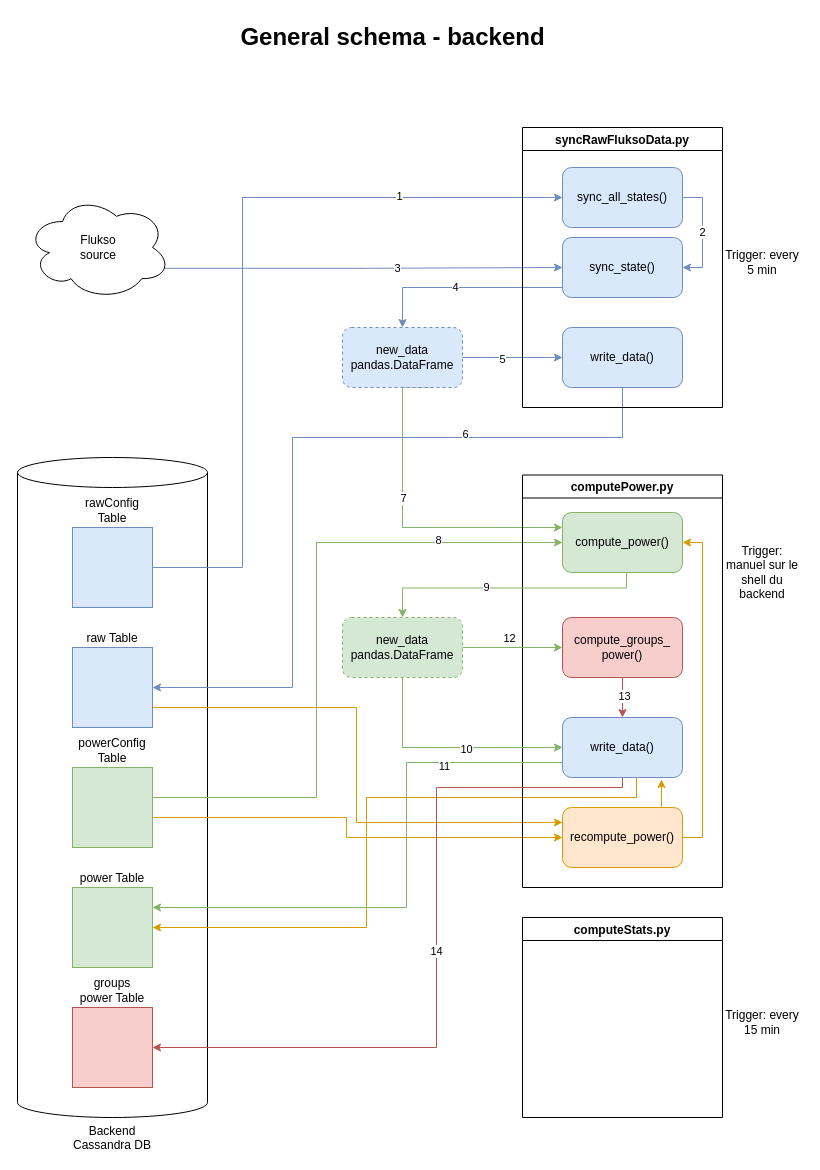
Before: page "general schema backend" (7 of 9) of documentation/documentation_diagrams.drawio in AlexandreHnf/Voisin-d-energie-ULB, a draw.io diagram. Source tidied: cells renumbered, new cells numbered last; positions are measured from the earlier drawing's top-left corner, leaving out a move shared by most shapes. Both pictures are drawn from the tidied source at 100%, with x=0, y=0 at pixel (17, 17).
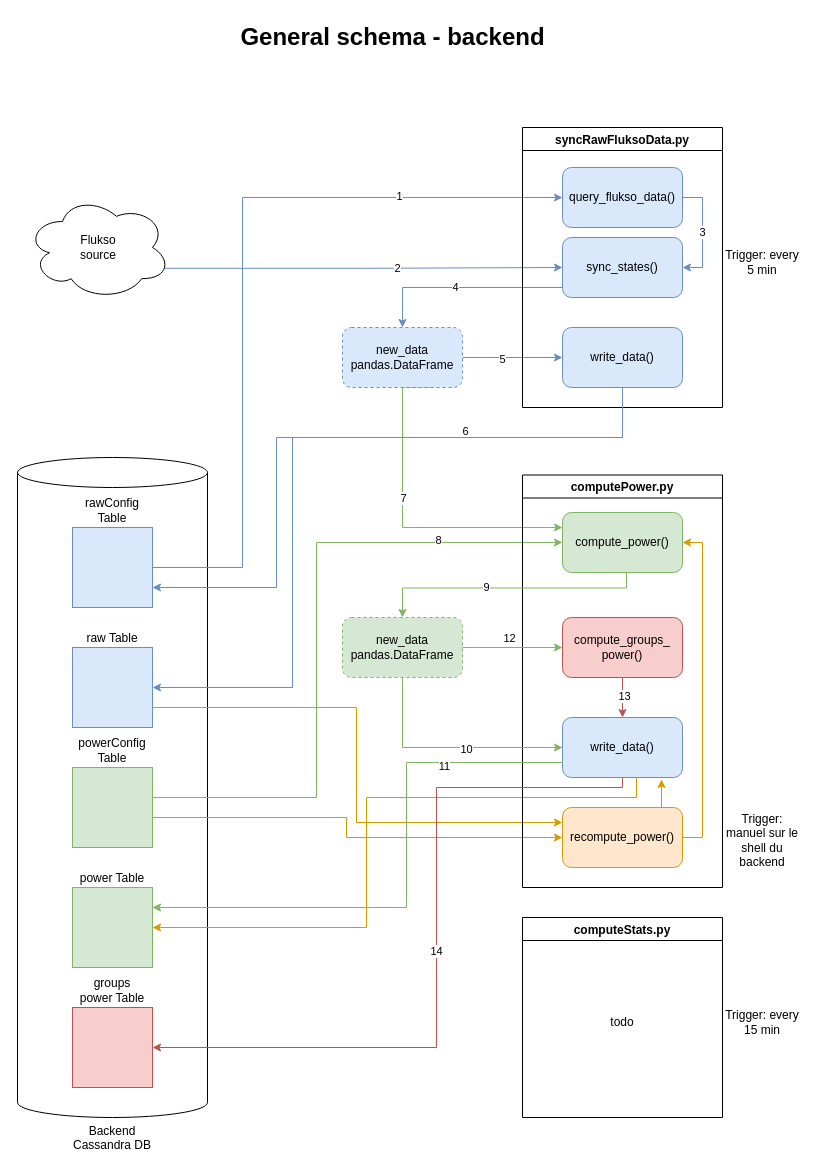
After the change.

The change refers to these unchanged cells:
```xml
<mxCell id="2" style="edgeStyle=orthogonalEdgeStyle;rounded=0;jettySize=auto;html=1;exitX=0.96;exitY=0.7;exitDx=0;exitDy=0;exitPerimeter=0;entryX=0;entryY=0.5;entryDx=0;entryDy=0;fillColor=#dae8fc;strokeColor=#6c8ebf;" parent="1" edge="1" source="32" target="12">
  <mxGeometry relative="1" as="geometry" />
</mxCell>
<mxCell id="24" value="&lt;div&gt;rawConfig Table&lt;/div&gt;" style="whiteSpace=wrap;html=1;labelPosition=center;verticalLabelPosition=top;align=center;verticalAlign=bottom;fillColor=#dae8fc;strokeColor=#6c8ebf;" parent="1" vertex="1">
  <mxGeometry x="55" y="510" width="80" height="80" as="geometry" />
</mxCell>
<mxCell id="26" style="edgeStyle=orthogonalEdgeStyle;rounded=0;jettySize=auto;html=1;fillColor=#dae8fc;strokeColor=#6c8ebf;" parent="1" edge="1" source="34" target="6">
  <mxGeometry relative="1" as="geometry">
    <Array as="points">
      <mxPoint x="605" y="420" />
      <mxPoint x="275" y="420" />
      <mxPoint x="275" y="670" />
    </Array>
  </mxGeometry>
</mxCell>
<mxCell id="34" value="write_data()" style="rounded=1;whiteSpace=wrap;html=1;fillColor=#dae8fc;strokeColor=#6c8ebf;" parent="33" vertex="1">
  <mxGeometry x="40" y="200" width="120" height="60" as="geometry" />
</mxCell>
<mxCell id="45" value="computeStats.py" style="swimlane;" parent="1" vertex="1">
  <mxGeometry x="505" y="900" width="200" height="200" as="geometry" />
</mxCell>
```

Change to the diagram source:
```diff
@@
-    <mxCell id="3" value="3" style="edgeLabel;html=1;align=center;verticalAlign=middle;" parent="2" vertex="1">
+    <mxCell id="3" value="2" style="edgeLabel;html=1;align=center;verticalAlign=middle;" parent="2" vertex="1">
       <mxGeometry x="0.17" relative="1" as="geometry" />
     </mxCell>
@@
-    <mxCell id="12" value="sync_state()" style="rounded=1;whiteSpace=wrap;html=1;fillColor=#dae8fc;strokeColor=#6c8ebf;" parent="1" vertex="1">
+    <mxCell id="12" value="sync_states()" style="rounded=1;whiteSpace=wrap;html=1;fillColor=#dae8fc;strokeColor=#6c8ebf;" parent="1" vertex="1">
       <mxGeometry x="545" y="220" width="120" height="60" as="geometry" />
     </mxCell>
@@
-    <mxCell id="20" value="2" style="edgeStyle=orthogonalEdgeStyle;rounded=0;jettySize=auto;html=1;exitX=1;exitY=0.5;exitDx=0;exitDy=0;entryX=1;entryY=0.5;entryDx=0;entryDy=0;fillColor=#dae8fc;strokeColor=#6c8ebf;" parent="1" edge="1" source="21" target="12">
+    <mxCell id="20" value="3" style="edgeStyle=orthogonalEdgeStyle;rounded=0;jettySize=auto;html=1;exitX=1;exitY=0.5;exitDx=0;exitDy=0;entryX=1;entryY=0.5;entryDx=0;entryDy=0;fillColor=#dae8fc;strokeColor=#6c8ebf;" parent="1" edge="1" source="21" target="12">
       <mxGeometry relative="1" as="geometry" />
     </mxCell>
-    <mxCell id="21" value="sync_all_states()" style="rounded=1;whiteSpace=wrap;html=1;fillColor=#dae8fc;strokeColor=#6c8ebf;" parent="1" vertex="1">
+    <mxCell id="21" value="query_flukso_data()" style="rounded=1;whiteSpace=wrap;html=1;fillColor=#dae8fc;strokeColor=#6c8ebf;" parent="1" vertex="1">
       <mxGeometry x="545" y="150" width="120" height="60" as="geometry" />
     </mxCell>
@@
     <mxCell id="27" value="6" style="edgeLabel;html=1;align=center;verticalAlign=middle;" parent="26" vertex="1">
       <mxGeometry x="-0.34" y="-4" relative="1" as="geometry">
-        <mxPoint x="46" as="offset" />
+        <mxPoint x="46" y="-3" as="offset" />
       </mxGeometry>
     </mxCell>
@@
     <mxCell id="29" value="&lt;div&gt;Trigger: manuel sur le shell du backend&lt;br&gt;&lt;/div&gt;" style="text;html=1;strokeColor=none;fillColor=none;align=center;verticalAlign=middle;whiteSpace=wrap;rounded=0;dashed=1;" parent="1" vertex="1">
-      <mxGeometry x="705" y="522" width="80" height="65" as="geometry" />
+      <mxGeometry x="705" y="790" width="80" height="65" as="geometry" />
     </mxCell>
@@
+    <mxCell id="57" value="todo" style="text;html=1;strokeColor=none;fillColor=none;align=center;verticalAlign=middle;whiteSpace=wrap;rounded=0;" parent="45" vertex="1">
+      <mxGeometry x="70" y="90" width="60" height="30" as="geometry" />
+    </mxCell>
@@
+    <mxCell id="58" style="edgeStyle=orthogonalEdgeStyle;rounded=0;jettySize=auto;html=1;exitX=0.5;exitY=1;exitDx=0;exitDy=0;entryX=1;entryY=0.75;entryDx=0;entryDy=0;fillColor=#dae8fc;strokeColor=#6c8ebf;" parent="1" edge="1" source="34" target="24">
+      <mxGeometry relative="1" as="geometry">
+        <Array as="points">
+          <mxPoint x="605" y="420" />
+          <mxPoint x="259" y="420" />
+          <mxPoint x="259" y="570" />
+        </Array>
+      </mxGeometry>
+    </mxCell>
```
